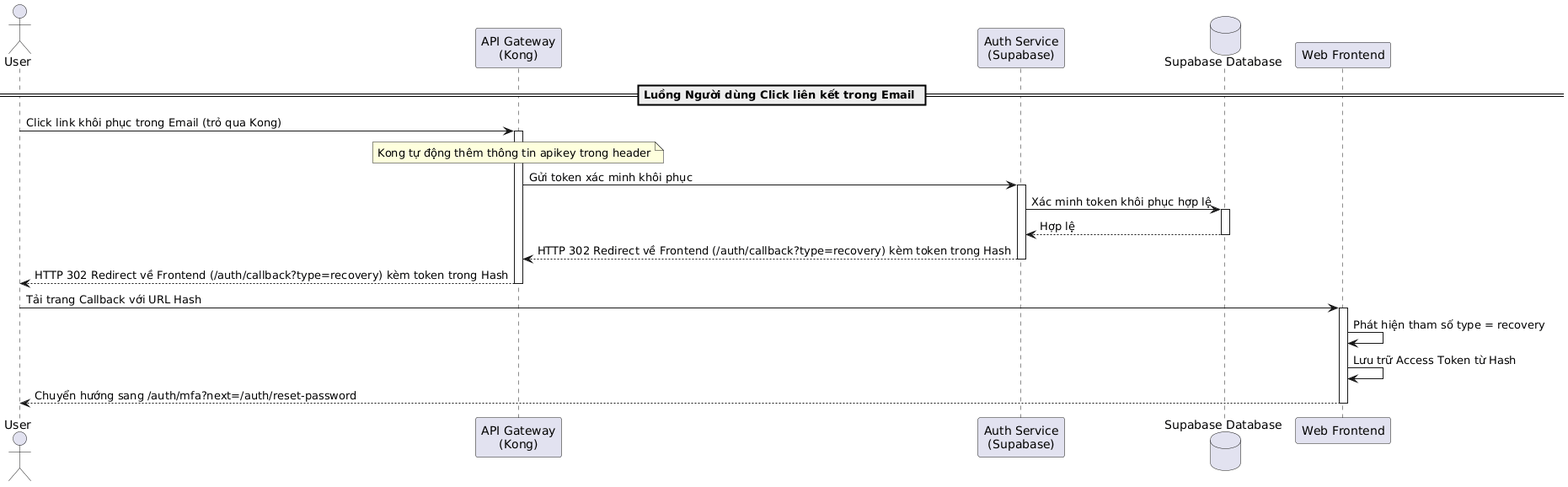
Before: latex/contents/Sequence/UML-Sequence-UserEmailLinkVerificationRedirect.png, a diagram exported from PlantUML (20206205Tech/docs-latex).
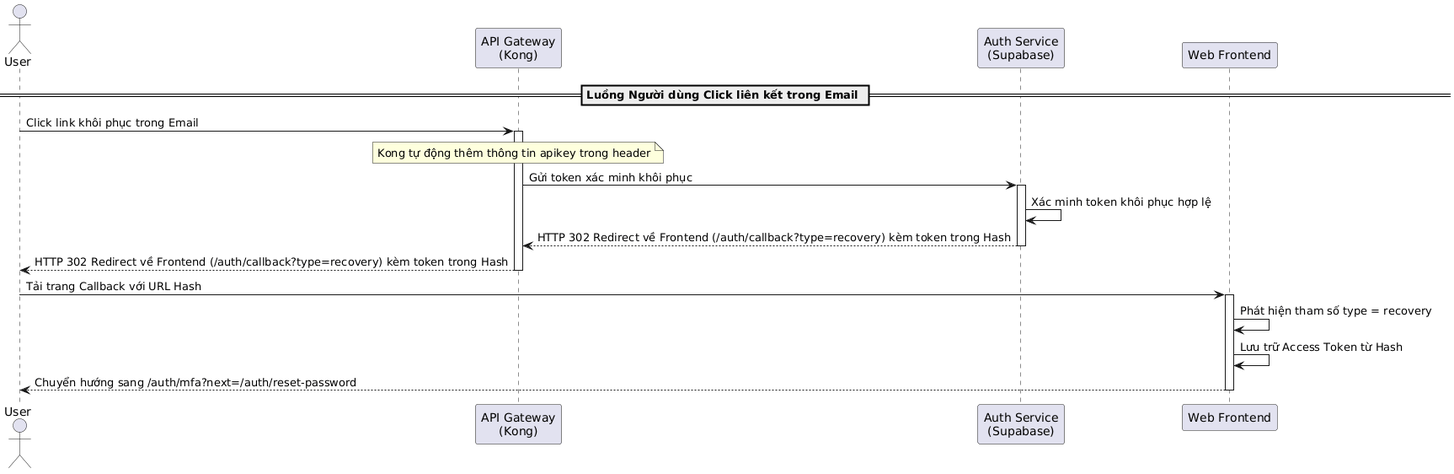
Above is the later version.

Diff of the diagram source:
```diff
@@ -2,26 +2,27 @@
 actor "User" as User
 participant "API Gateway\n(Kong)" as Kong
 participant "Auth Service\n(Supabase)" as AuthService
-database "Supabase Database" as DB
 participant "Web Frontend" as Frontend
 
 == Luồng Người dùng Click liên kết trong Email ==
-User -> Kong: Click link khôi phục trong Email (trỏ qua Kong)
+User -> Kong: Click link khôi phục trong Email
 activate Kong
 note over Kong: Kong tự động thêm thông tin apikey trong header
+
 Kong -> AuthService: Gửi token xác minh khôi phục
 activate AuthService
-AuthService -> DB: Xác minh token khôi phục hợp lệ
-activate DB
-DB --> AuthService: Hợp lệ
-deactivate DB
+
+AuthService -> AuthService: Xác minh token khôi phục hợp lệ
+
 AuthService --> Kong: HTTP 302 Redirect về Frontend (/auth/callback?type=recovery) kèm token trong Hash
 deactivate AuthService
+
 Kong --> User: HTTP 302 Redirect về Frontend (/auth/callback?type=recovery) kèm token trong Hash
 deactivate Kong
 
 User -> Frontend: Tải trang Callback với URL Hash
 activate Frontend
+
 Frontend -> Frontend: Phát hiện tham số type = recovery
 Frontend -> Frontend: Lưu trữ Access Token từ Hash
 Frontend --> User: Chuyển hướng sang /auth/mfa?next=/auth/reset-password
```
